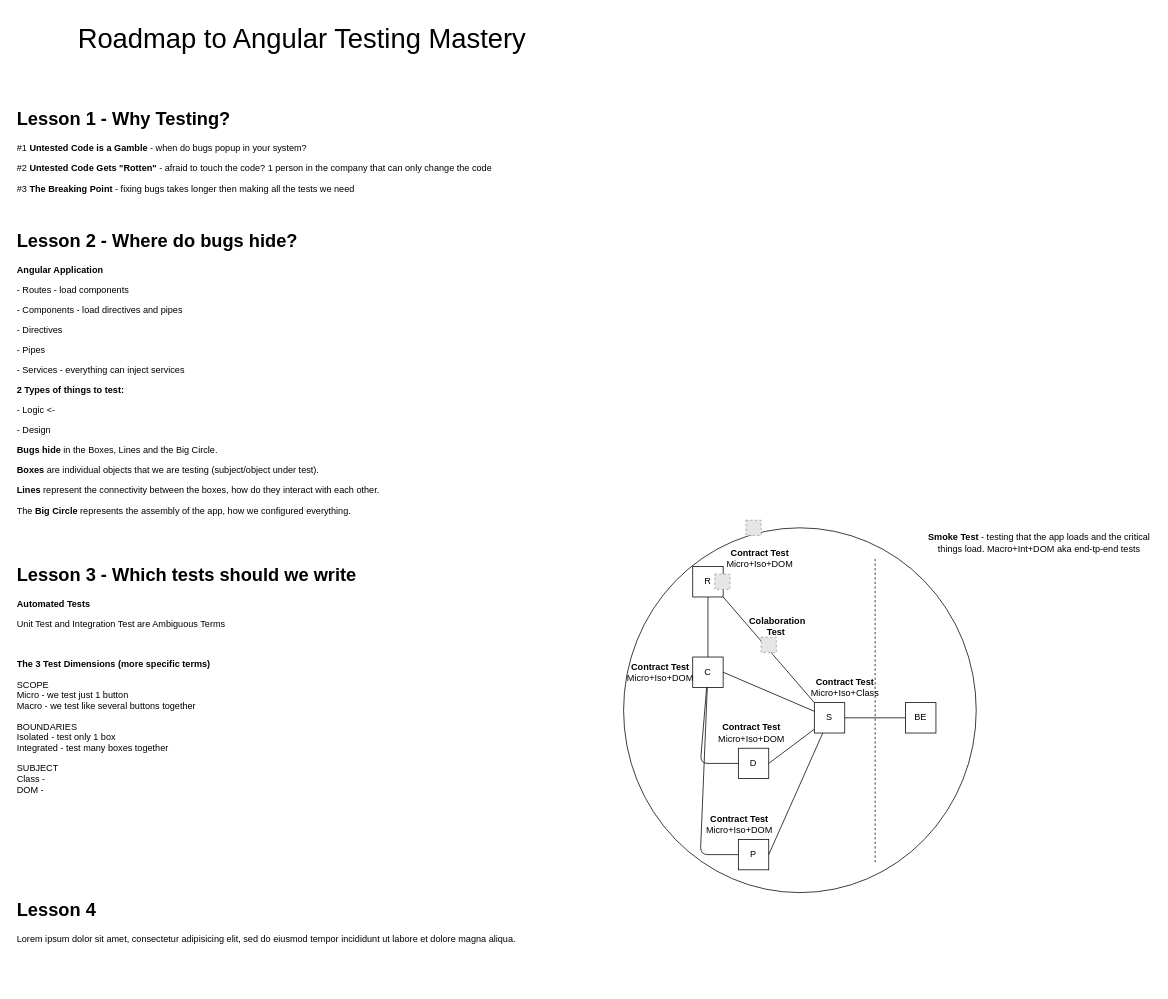
Earlier version of the draw.io diagram Roadmap to Angular Testing Mastery.drawio (antonio-santos/ng10). Source tidied: cells renumbered, new cells numbered last; positions are measured from the earlier drawing's top-left corner, leaving out a move shared by most shapes. Both pictures are drawn from the tidied source at 76%, with x=0, y=0 at pixel (13, 13). Pictures stored in the file or linked from it are replaced by grey dashed boxes.
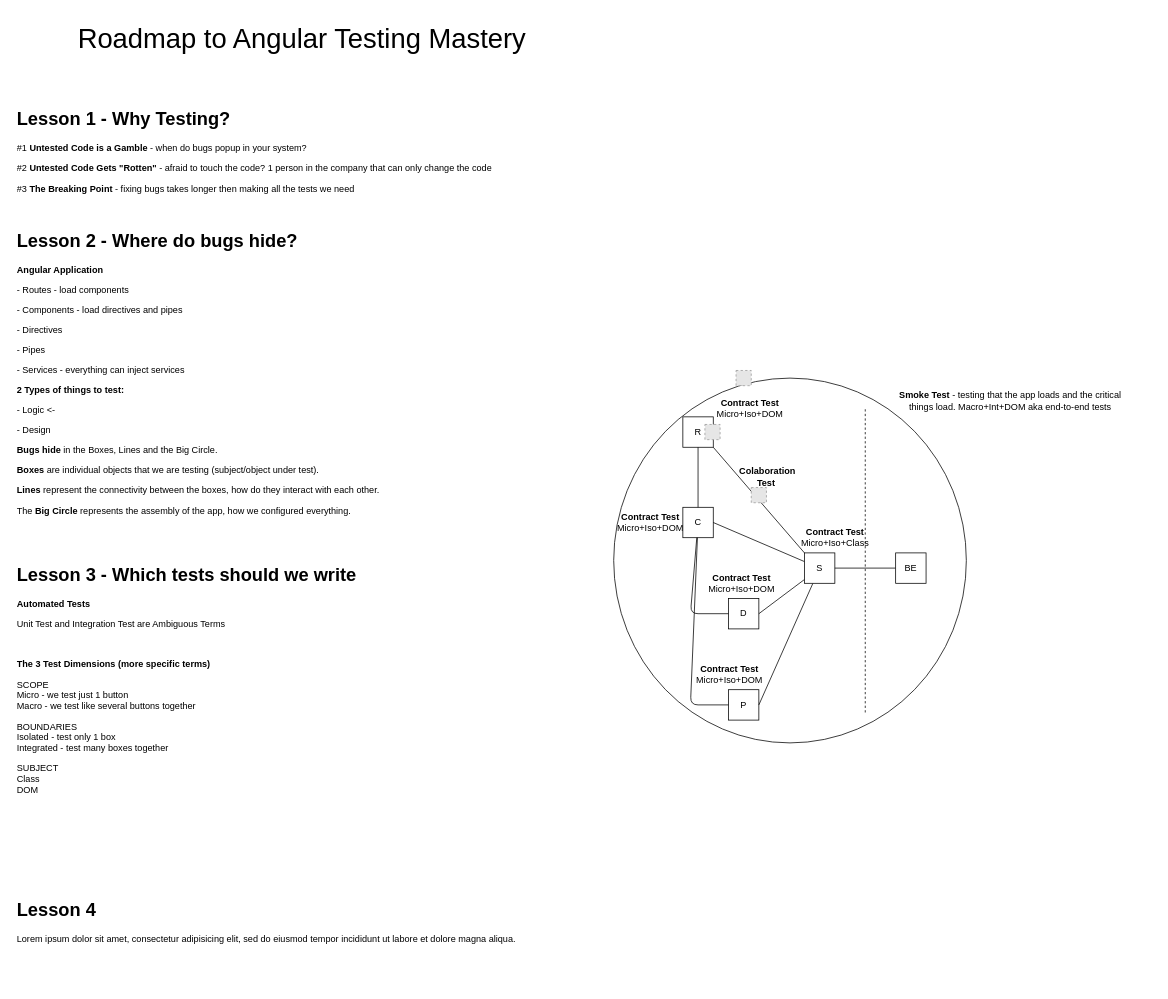
The same page after the edit.

Change to the diagram source:
```diff
@@
     <mxCell id="3" style="group;" parent="1" vertex="1">
-      <mxGeometry x="803" y="667" width="700" height="500" as="geometry" />
+      <mxGeometry x="790" y="470" width="700" height="500" as="geometry" />
     </mxCell>
@@
-    <mxCell id="23" value="&lt;b&gt;Smoke Test&lt;/b&gt;&amp;nbsp;- testing that the app loads and the critical things load. Macro+Int+DOM aka end-tp-end tests" style="text;html=1;strokeColor=none;fillColor=none;align=center;verticalAlign=middle;whiteSpace=wrap;rounded=0;" parent="3" vertex="1">
-      <mxGeometry x="394" y="20" width="306" height="20" as="geometry" />
+    <mxCell id="23" value="&lt;b&gt;Smoke Test&lt;/b&gt;&amp;nbsp;- testing that the app loads and the critical things load. Macro+Int+DOM aka end-to-end tests" style="text;html=1;strokeColor=none;fillColor=none;align=center;verticalAlign=middle;whiteSpace=wrap;rounded=0;" parent="3" vertex="1">
+      <mxGeometry x="369" y="30" width="306" height="20" as="geometry" />
     </mxCell>
@@
-    <mxCell id="30" value="&lt;h1&gt;Lesson 3 - Which tests should we write&lt;/h1&gt;&lt;p&gt;&lt;b&gt;Automated Tests&lt;/b&gt;&lt;/p&gt;&lt;p&gt;Unit Test and&amp;nbsp;&lt;span&gt;Integration Test are Ambiguous Terms&lt;/span&gt;&lt;/p&gt;&lt;p&gt;&lt;span&gt;&lt;br&gt;&lt;/span&gt;&lt;/p&gt;&lt;p&gt;&lt;span&gt;&lt;b&gt;The 3 Test Dimensions (more specific terms)&lt;/b&gt;&lt;/span&gt;&lt;/p&gt;&lt;p&gt;SCOPE&lt;br&gt;Micro - we test just 1 button&lt;br&gt;Macro - we test like several buttons together&lt;/p&gt;&lt;p&gt;BOUNDARIES&lt;br&gt;Isolated - test only 1 box&lt;br&gt;Integrated - test many boxes together&lt;/p&gt;&lt;p&gt;SUBJECT&lt;br&gt;Class -&amp;nbsp;&lt;br&gt;DOM -&amp;nbsp;&lt;/p&gt;&lt;p&gt;&lt;br&gt;&lt;/p&gt;" style="text;html=1;strokeColor=none;fillColor=none;spacing=5;spacingTop=-20;whiteSpace=wrap;overflow=hidden;rounded=0;" parent="1" vertex="1">
+    <mxCell id="30" value="&lt;h1&gt;Lesson 3 - Which tests should we write&lt;/h1&gt;&lt;p&gt;&lt;b&gt;Automated Tests&lt;/b&gt;&lt;/p&gt;&lt;p&gt;Unit Test and&amp;nbsp;&lt;span&gt;Integration Test are Ambiguous Terms&lt;/span&gt;&lt;/p&gt;&lt;p&gt;&lt;span&gt;&lt;br&gt;&lt;/span&gt;&lt;/p&gt;&lt;p&gt;&lt;span&gt;&lt;b&gt;The 3 Test Dimensions (more specific terms)&lt;/b&gt;&lt;/span&gt;&lt;/p&gt;&lt;p&gt;SCOPE&lt;br&gt;Micro - we test just 1 button&lt;br&gt;Macro - we test like several buttons together&lt;/p&gt;&lt;p&gt;BOUNDARIES&lt;br&gt;Isolated - test only 1 box&lt;br&gt;Integrated - test many boxes together&lt;/p&gt;&lt;p&gt;SUBJECT&lt;br&gt;Class&lt;br&gt;DOM&lt;/p&gt;" style="text;html=1;strokeColor=none;fillColor=none;spacing=5;spacingTop=-20;whiteSpace=wrap;overflow=hidden;rounded=0;" parent="1" vertex="1">
       <mxGeometry y="720" width="720" height="400" as="geometry" />
     </mxCell>
```
